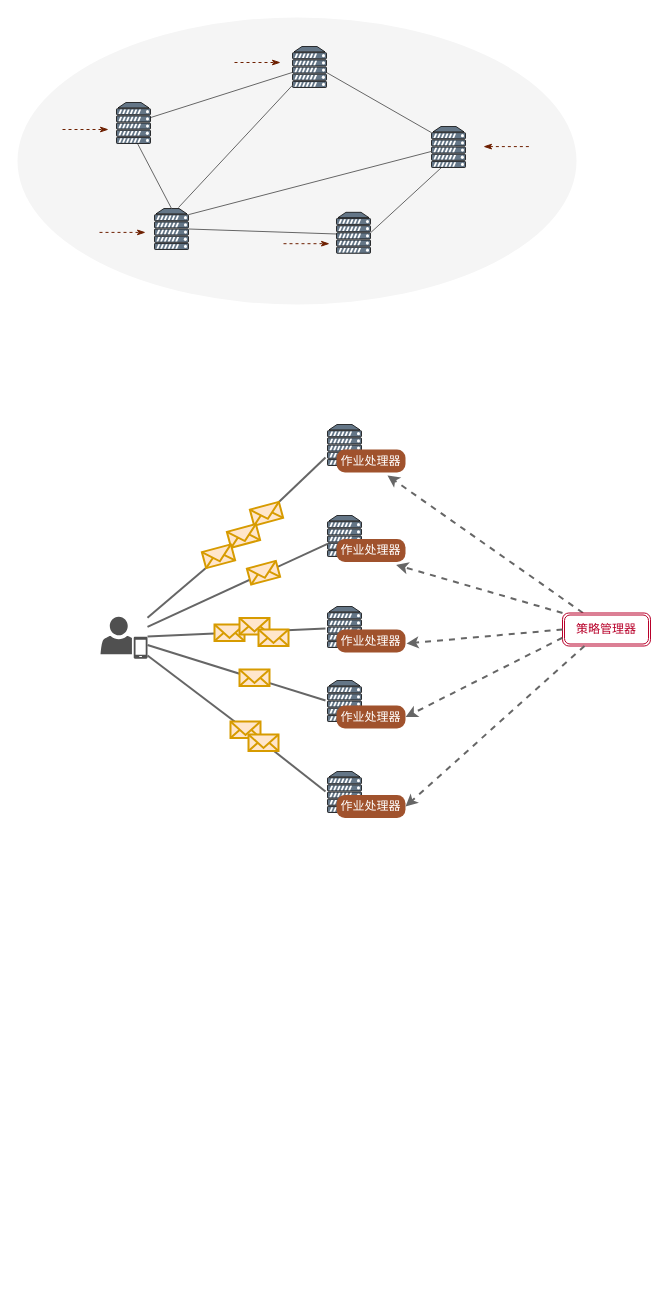
zhangluting123/drawio keeps this draw.io diagram as page "去中心化" (1 of 8) of DRL.drawio. Above is the earlier version. Source tidied: cells renumbered, new cells numbered last; positions are measured from the earlier drawing's top-left corner, leaving out a move shared by most shapes. Both pictures are drawn from the tidied source at 100%, with x=0, y=0 at pixel (17, 17).
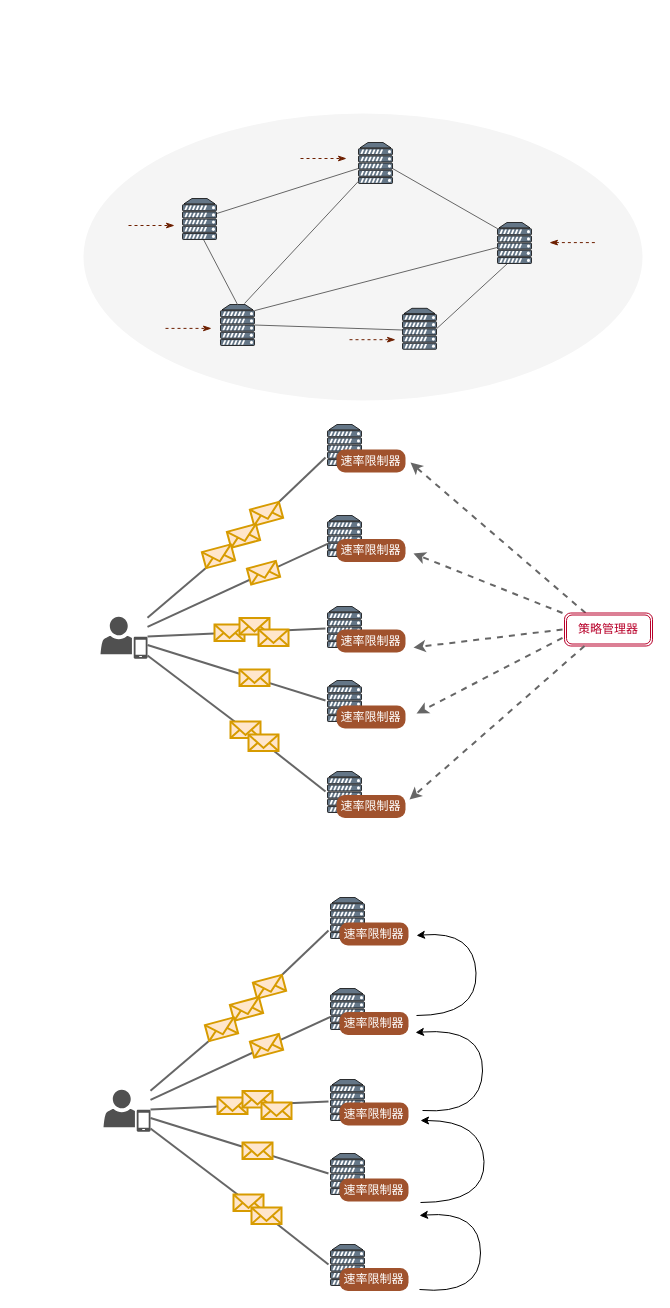
After the change.

The edit, as a diff of the source:
```diff
@@
-    <mxCell id="2" style="endArrow=classic;html=1;rounded=0;dashed=1;strokeWidth=2;strokeColor=#666666;" parent="1" edge="1" source="30">
+    <mxCell id="2" style="endArrow=classic;html=1;rounded=0;dashed=1;strokeWidth=2;strokeColor=#666666;" parent="1" edge="1">
       <mxGeometry relative="1" as="geometry">
-        <mxPoint x="370" y="458" as="targetPoint" />
+        <mxPoint x="568.1" y="595.5" as="sourcePoint" />
+        <mxPoint x="393" y="445" as="targetPoint" />
       </mxGeometry>
     </mxCell>
     <mxCell id="3" style="ellipse;whiteSpace=wrap;html=1;fillColor=#f5f5f5;fontColor=#333333;strokeColor=none;" parent="1" vertex="1">
-      <mxGeometry width="559" height="287" as="geometry" />
+      <mxGeometry x="66" y="96" width="559" height="287" as="geometry" />
     </mxCell>
     <mxCell id="4" style="verticalAlign=top;verticalLabelPosition=bottom;labelPosition=center;align=center;html=1;outlineConnect=0;fillColor=#647687;strokeColor=default;gradientDirection=north;strokeWidth=1;shape=mxgraph.networks.server;fontColor=#ffffff;" parent="1" vertex="1">
-      <mxGeometry x="137" y="191" width="34" height="41" as="geometry" />
+      <mxGeometry x="203" y="287" width="34" height="41" as="geometry" />
     </mxCell>
@@
     <mxCell id="6" style="endArrow=none;startArrow=none;html=1;rounded=0;strokeColor=#666666;entryX=0.5;entryY=1;entryDx=0;entryDy=0;entryPerimeter=0;exitX=0.5;exitY=0;exitDx=0;exitDy=0;exitPerimeter=0;fillColor=#f5f5f5;gradientColor=#b3b3b3;startFill=0;endFill=0;" parent="1" edge="1" source="4">
       <mxGeometry relative="1" as="geometry">
-        <mxPoint x="120" y="126" as="targetPoint" />
+        <mxPoint x="186" y="222" as="targetPoint" />
       </mxGeometry>
     </mxCell>
     <mxCell id="7" style="endArrow=none;startArrow=none;html=1;rounded=0;strokeColor=#666666;entryX=0;entryY=0.5;entryDx=0;entryDy=0;entryPerimeter=0;exitX=1;exitY=0.5;exitDx=0;exitDy=0;exitPerimeter=0;fillColor=#f5f5f5;gradientColor=#b3b3b3;endFill=0;startFill=0;" parent="1" edge="1" source="4">
       <mxGeometry relative="1" as="geometry">
-        <mxPoint x="319" y="216.5" as="targetPoint" />
+        <mxPoint x="385" y="312.5" as="targetPoint" />
       </mxGeometry>
     </mxCell>
     <mxCell id="8" style="endArrow=none;startArrow=none;html=1;rounded=0;strokeColor=#666666;exitX=0.5;exitY=1;exitDx=0;exitDy=0;exitPerimeter=0;fillColor=#f5f5f5;gradientColor=#b3b3b3;startFill=0;endFill=0;entryX=1;entryY=0.5;entryDx=0;entryDy=0;entryPerimeter=0;" parent="1" edge="1" target="13">
       <mxGeometry relative="1" as="geometry">
-        <mxPoint x="424" y="150" as="sourcePoint" />
+        <mxPoint x="490" y="246" as="sourcePoint" />
       </mxGeometry>
     </mxCell>
@@
     <mxCell id="10" style="verticalAlign=top;verticalLabelPosition=bottom;labelPosition=center;align=center;html=1;outlineConnect=0;fillColor=#647687;strokeColor=default;gradientDirection=north;strokeWidth=1;shape=mxgraph.networks.server;fontColor=#ffffff;" parent="1" vertex="1">
-      <mxGeometry x="99" y="85" width="34" height="41" as="geometry" />
+      <mxGeometry x="165" y="181" width="34" height="41" as="geometry" />
     </mxCell>
     <mxCell id="11" style="verticalAlign=top;verticalLabelPosition=bottom;labelPosition=center;align=center;html=1;outlineConnect=0;fillColor=#647687;strokeColor=default;gradientDirection=north;strokeWidth=1;shape=mxgraph.networks.server;fontColor=#ffffff;" parent="1" vertex="1">
-      <mxGeometry x="275" y="29" width="34" height="41" as="geometry" />
+      <mxGeometry x="341" y="125" width="34" height="41" as="geometry" />
     </mxCell>
     <mxCell id="12" style="verticalAlign=top;verticalLabelPosition=bottom;labelPosition=center;align=center;html=1;outlineConnect=0;fillColor=#647687;strokeColor=default;gradientDirection=north;strokeWidth=1;shape=mxgraph.networks.server;fontColor=#ffffff;" parent="1" vertex="1">
-      <mxGeometry x="414" y="109" width="34" height="41" as="geometry" />
+      <mxGeometry x="480" y="205" width="34" height="41" as="geometry" />
     </mxCell>
     <mxCell id="13" style="verticalAlign=top;verticalLabelPosition=bottom;labelPosition=center;align=center;html=1;outlineConnect=0;fillColor=#647687;strokeColor=default;gradientDirection=north;strokeWidth=1;shape=mxgraph.networks.server;fontColor=#ffffff;" parent="1" vertex="1">
-      <mxGeometry x="319" y="194.8" width="34" height="41" as="geometry" />
+      <mxGeometry x="385" y="290.8" width="34" height="41" as="geometry" />
     </mxCell>
     <mxCell id="14" style="endArrow=classicThin;dashed=1;html=1;rounded=0;endFill=1;fillColor=#a0522d;strokeColor=#6D1F00;" parent="1" edge="1">
       <mxGeometry relative="1" as="geometry">
-        <mxPoint x="45" y="112" as="sourcePoint" />
-        <mxPoint x="91" y="112" as="targetPoint" />
+        <mxPoint x="111" y="208" as="sourcePoint" />
+        <mxPoint x="157" y="208" as="targetPoint" />
       </mxGeometry>
     </mxCell>
     <mxCell id="15" style="endArrow=classicThin;dashed=1;html=1;rounded=0;endFill=1;fillColor=#a0522d;strokeColor=#6D1F00;" parent="1" edge="1">
       <mxGeometry relative="1" as="geometry">
-        <mxPoint x="82" y="214.9" as="sourcePoint" />
-        <mxPoint x="128" y="214.9" as="targetPoint" />
+        <mxPoint x="148" y="310.9" as="sourcePoint" />
+        <mxPoint x="194" y="310.9" as="targetPoint" />
       </mxGeometry>
     </mxCell>
     <mxCell id="16" style="endArrow=classicThin;dashed=1;html=1;rounded=0;endFill=1;fillColor=#a0522d;strokeColor=#6D1F00;" parent="1" edge="1">
       <mxGeometry relative="1" as="geometry">
-        <mxPoint x="266" y="226.2" as="sourcePoint" />
-        <mxPoint x="312" y="226.2" as="targetPoint" />
+        <mxPoint x="332" y="322.2" as="sourcePoint" />
+        <mxPoint x="378" y="322.2" as="targetPoint" />
       </mxGeometry>
     </mxCell>
     <mxCell id="17" style="endArrow=none;dashed=1;html=1;rounded=0;endFill=0;fillColor=#a0522d;strokeColor=#6D1F00;startArrow=classicThin;startFill=1;" parent="1" edge="1">
       <mxGeometry relative="1" as="geometry">
-        <mxPoint x="466" y="129.1" as="sourcePoint" />
-        <mxPoint x="512" y="129.1" as="targetPoint" />
+        <mxPoint x="532" y="225.1" as="sourcePoint" />
+        <mxPoint x="578" y="225.1" as="targetPoint" />
       </mxGeometry>
     </mxCell>
     <mxCell id="18" style="endArrow=classicThin;dashed=1;html=1;rounded=0;endFill=1;fillColor=#a0522d;strokeColor=#6D1F00;startArrow=none;startFill=0;" parent="1" edge="1">
       <mxGeometry relative="1" as="geometry">
-        <mxPoint x="217" y="45" as="sourcePoint" />
-        <mxPoint x="263" y="45" as="targetPoint" />
+        <mxPoint x="283" y="141" as="sourcePoint" />
+        <mxPoint x="329" y="141" as="targetPoint" />
       </mxGeometry>
     </mxCell>
     <mxCell id="19" style="endArrow=none;html=1;rounded=0;strokeColor=#666666;" parent="1" edge="1" target="11">
       <mxGeometry relative="1" as="geometry">
-        <mxPoint x="161" y="190" as="sourcePoint" />
+        <mxPoint x="227" y="286" as="sourcePoint" />
       </mxGeometry>
     </mxCell>
@@
-    <mxCell id="27" value="作业处理器" style="rounded=1;whiteSpace=wrap;html=1;fillColor=#a0522d;strokeColor=none;arcSize=37;fontColor=#ffffff;" parent="1" vertex="1">
+    <mxCell id="27" value="速率限制器" style="rounded=1;whiteSpace=wrap;html=1;fillColor=#a0522d;strokeColor=none;arcSize=37;fontColor=#ffffff;" parent="1" vertex="1">
       <mxGeometry x="319" y="521.5" width="69" height="23" as="geometry" />
     </mxCell>
-    <mxCell id="28" value="作业处理器" style="rounded=1;whiteSpace=wrap;html=1;fillColor=#a0522d;strokeColor=none;arcSize=37;fontColor=#ffffff;" parent="1" vertex="1">
+    <mxCell id="28" value="速率限制器" style="rounded=1;whiteSpace=wrap;html=1;fillColor=#a0522d;strokeColor=none;arcSize=37;fontColor=#ffffff;" parent="1" vertex="1">
       <mxGeometry x="319" y="612" width="69" height="23" as="geometry" />
     </mxCell>
-    <mxCell id="29" value="作业处理器" style="rounded=1;whiteSpace=wrap;html=1;fillColor=#a0522d;strokeColor=none;arcSize=37;fontColor=#ffffff;" parent="1" vertex="1">
+    <mxCell id="29" value="速率限制器" style="rounded=1;whiteSpace=wrap;html=1;fillColor=#a0522d;strokeColor=none;arcSize=37;fontColor=#ffffff;" parent="1" vertex="1">
       <mxGeometry x="319" y="432" width="69" height="23" as="geometry" />
     </mxCell>
     <mxCell id="30" value="&lt;font color=&quot;#b8002a&quot;&gt;策略管理器&lt;/font&gt;" style="shape=ext;double=1;rounded=1;whiteSpace=wrap;html=1;fillColor=#FFFFFF;strokeColor=#B8002A;fontColor=#ffffff;arcSize=19;fontStyle=0;" parent="1" vertex="1">
-      <mxGeometry x="545" y="595.5" width="88" height="33" as="geometry" />
+      <mxGeometry x="547" y="595.5" width="88" height="33" as="geometry" />
     </mxCell>
-    <mxCell id="31" style="endArrow=classic;html=1;rounded=0;exitX=0;exitY=0;exitDx=0;exitDy=0;dashed=1;strokeWidth=2;strokeColor=#666666;entryX=0.865;entryY=1.126;entryDx=0;entryDy=0;entryPerimeter=0;" parent="1" edge="1" source="30" target="27">
-      <mxGeometry relative="1" as="geometry" />
+    <mxCell id="31" style="endArrow=classic;html=1;rounded=0;exitX=0;exitY=0;exitDx=0;exitDy=0;dashed=1;strokeWidth=2;strokeColor=#666666;" parent="1" edge="1">
+      <mxGeometry relative="1" as="geometry">
+        <mxPoint x="545" y="595.5" as="sourcePoint" />
+        <mxPoint x="396" y="536" as="targetPoint" />
+      </mxGeometry>
     </mxCell>
-    <mxCell id="32" style="endArrow=classic;html=1;rounded=0;dashed=1;strokeWidth=2;strokeColor=#666666;exitX=0;exitY=0.5;exitDx=0;exitDy=0;" parent="1" edge="1" source="30">
+    <mxCell id="32" style="endArrow=classic;html=1;rounded=0;dashed=1;strokeWidth=2;strokeColor=#666666;exitX=0;exitY=0.5;exitDx=0;exitDy=0;" parent="1" edge="1">
       <mxGeometry relative="1" as="geometry">
-        <mxPoint x="389" y="626" as="targetPoint" />
+        <mxPoint x="545" y="612" as="sourcePoint" />
+        <mxPoint x="396" y="630" as="targetPoint" />
       </mxGeometry>
     </mxCell>
@@
-    <mxCell id="35" value="作业处理器" style="rounded=1;whiteSpace=wrap;html=1;fillColor=#a0522d;strokeColor=none;arcSize=37;fontColor=#ffffff;" parent="1" vertex="1">
+    <mxCell id="35" value="速率限制器" style="rounded=1;whiteSpace=wrap;html=1;fillColor=#a0522d;strokeColor=none;arcSize=37;fontColor=#ffffff;" parent="1" vertex="1">
       <mxGeometry x="319" y="777.5" width="69" height="23" as="geometry" />
     </mxCell>
-    <mxCell id="36" value="作业处理器" style="rounded=1;whiteSpace=wrap;html=1;fillColor=#a0522d;strokeColor=none;arcSize=37;fontColor=#ffffff;" parent="1" vertex="1">
+    <mxCell id="36" value="速率限制器" style="rounded=1;whiteSpace=wrap;html=1;fillColor=#a0522d;strokeColor=none;arcSize=37;fontColor=#ffffff;" parent="1" vertex="1">
       <mxGeometry x="319" y="688" width="69" height="23" as="geometry" />
     </mxCell>
@@
-    <mxCell id="40" style="endArrow=classic;html=1;rounded=0;dashed=1;strokeWidth=2;strokeColor=#666666;entryX=1;entryY=0.5;entryDx=0;entryDy=0;exitX=0;exitY=0.75;exitDx=0;exitDy=0;" parent="1" edge="1" source="30" target="36">
-      <mxGeometry relative="1" as="geometry" />
+    <mxCell id="40" style="endArrow=classic;html=1;rounded=0;dashed=1;strokeWidth=2;strokeColor=#666666;exitX=0;exitY=0.75;exitDx=0;exitDy=0;" parent="1" edge="1">
+      <mxGeometry relative="1" as="geometry">
+        <mxPoint x="545" y="620.3" as="sourcePoint" />
+        <mxPoint x="399" y="696" as="targetPoint" />
+      </mxGeometry>
     </mxCell>
-    <mxCell id="41" style="endArrow=classic;html=1;rounded=0;dashed=1;strokeWidth=2;strokeColor=#666666;entryX=1;entryY=0.5;entryDx=0;entryDy=0;exitX=0.25;exitY=1;exitDx=0;exitDy=0;" parent="1" edge="1" source="30" target="35">
-      <mxGeometry relative="1" as="geometry" />
+    <mxCell id="41" style="endArrow=classic;html=1;rounded=0;dashed=1;strokeWidth=2;strokeColor=#666666;exitX=0.25;exitY=1;exitDx=0;exitDy=0;" parent="1" edge="1">
+      <mxGeometry relative="1" as="geometry">
+        <mxPoint x="567" y="628.5" as="sourcePoint" />
+        <mxPoint x="392" y="782" as="targetPoint" />
+      </mxGeometry>
     </mxCell>
@@
+    <mxCell id="58" style="verticalAlign=top;verticalLabelPosition=bottom;labelPosition=center;align=center;html=1;fillColor=#647687;strokeColor=default;gradientDirection=north;strokeWidth=1;shape=mxgraph.networks.server;fontColor=#ffffff;" parent="1" vertex="1">
+      <mxGeometry x="313" y="880" width="34" height="41" as="geometry" />
+    </mxCell>
+    <mxCell id="59" style="verticalAlign=top;verticalLabelPosition=bottom;labelPosition=center;align=center;html=1;outlineConnect=0;fillColor=#647687;strokeColor=default;gradientDirection=north;strokeWidth=1;shape=mxgraph.networks.server;fontColor=#ffffff;" parent="1" vertex="1">
+      <mxGeometry x="313" y="971" width="34" height="41" as="geometry" />
+    </mxCell>
+    <mxCell id="60" style="verticalAlign=top;verticalLabelPosition=bottom;labelPosition=center;align=center;html=1;fillColor=#647687;strokeColor=default;gradientDirection=north;strokeWidth=1;shape=mxgraph.networks.server;fontColor=#ffffff;" parent="1" vertex="1">
+      <mxGeometry x="313" y="1062" width="34" height="41" as="geometry" />
+    </mxCell>
+    <mxCell id="61" style="sketch=0;shadow=0;dashed=0;html=1;strokeColor=none;fillColor=#505050;labelPosition=center;verticalLabelPosition=bottom;verticalAlign=top;outlineConnect=0;align=center;shape=mxgraph.office.users.mobile_user;" parent="1" vertex="1">
+      <mxGeometry x="86" y="1072.2" width="47" height="42" as="geometry" />
+    </mxCell>
+    <mxCell id="62" style="endArrow=none;startArrow=none;html=1;rounded=0;fillColor=#f5f5f5;gradientColor=#b3b3b3;strokeColor=#666666;endFill=0;startFill=0;endSize=7;strokeWidth=2;" parent="1" edge="1" source="61" target="59">
+      <mxGeometry relative="1" as="geometry" />
+    </mxCell>
+    <mxCell id="63" style="endArrow=none;startArrow=none;html=1;rounded=0;fillColor=#f5f5f5;gradientColor=#b3b3b3;strokeColor=#666666;endFill=0;startFill=0;endSize=7;strokeWidth=2;" parent="1" edge="1" source="80">
+      <mxGeometry relative="1" as="geometry">
+        <mxPoint x="311" y="1084" as="targetPoint" />
+      </mxGeometry>
+    </mxCell>
+    <mxCell id="64" value="速率限制器" style="rounded=1;whiteSpace=wrap;html=1;fillColor=#a0522d;strokeColor=none;arcSize=37;fontColor=#ffffff;" parent="1" vertex="1">
+      <mxGeometry x="322" y="994.5" width="69" height="23" as="geometry" />
+    </mxCell>
+    <mxCell id="65" value="速率限制器" style="rounded=1;whiteSpace=wrap;html=1;fillColor=#a0522d;strokeColor=none;arcSize=37;fontColor=#ffffff;" parent="1" vertex="1">
+      <mxGeometry x="322" y="1085" width="69" height="23" as="geometry" />
+    </mxCell>
+    <mxCell id="66" value="速率限制器" style="rounded=1;whiteSpace=wrap;html=1;fillColor=#a0522d;strokeColor=none;arcSize=37;fontColor=#ffffff;" parent="1" vertex="1">
+      <mxGeometry x="322" y="905" width="69" height="23" as="geometry" />
+    </mxCell>
+    <mxCell id="67" style="verticalAlign=top;verticalLabelPosition=bottom;labelPosition=center;align=center;html=1;fillColor=#647687;strokeColor=default;gradientDirection=north;strokeWidth=1;shape=mxgraph.networks.server;fontColor=#ffffff;" parent="1" vertex="1">
+      <mxGeometry x="313" y="1136" width="34" height="41" as="geometry" />
+    </mxCell>
+    <mxCell id="68" style="verticalAlign=top;verticalLabelPosition=bottom;labelPosition=center;align=center;html=1;fillColor=#647687;strokeColor=default;gradientDirection=north;strokeWidth=1;shape=mxgraph.networks.server;fontColor=#ffffff;" parent="1" vertex="1">
+      <mxGeometry x="313" y="1227" width="34" height="41" as="geometry" />
+    </mxCell>
+    <mxCell id="69" value="速率限制器" style="rounded=1;whiteSpace=wrap;html=1;fillColor=#a0522d;strokeColor=none;arcSize=37;fontColor=#ffffff;" parent="1" vertex="1">
+      <mxGeometry x="322" y="1250.5" width="69" height="23" as="geometry" />
+    </mxCell>
+    <mxCell id="70" value="速率限制器" style="rounded=1;whiteSpace=wrap;html=1;fillColor=#a0522d;strokeColor=none;arcSize=37;fontColor=#ffffff;" parent="1" vertex="1">
+      <mxGeometry x="322" y="1161" width="69" height="23" as="geometry" />
+    </mxCell>
+    <mxCell id="71" style="endArrow=none;startArrow=none;html=1;rounded=0;fillColor=#f5f5f5;gradientColor=#b3b3b3;strokeColor=#666666;endFill=0;startFill=0;endSize=7;strokeWidth=2;" parent="1" edge="1">
+      <mxGeometry relative="1" as="geometry">
+        <mxPoint x="229.3" y="1251.7" as="sourcePoint" />
+        <mxPoint x="230.1" y="1251.5" as="targetPoint" />
+      </mxGeometry>
+    </mxCell>
+    <mxCell id="72" style="endArrow=none;startArrow=none;html=1;rounded=0;fillColor=#f5f5f5;gradientColor=#b3b3b3;strokeColor=#666666;endFill=0;startFill=0;endSize=7;strokeWidth=2;" parent="1" edge="1" source="61">
+      <mxGeometry relative="1" as="geometry">
+        <mxPoint x="311" y="1156" as="targetPoint" />
+      </mxGeometry>
+    </mxCell>
+    <mxCell id="73" style="endArrow=none;startArrow=none;html=1;rounded=0;fillColor=#f5f5f5;gradientColor=#b3b3b3;strokeColor=#666666;endFill=0;startFill=0;endSize=7;strokeWidth=2;" parent="1" edge="1" source="77">
+      <mxGeometry relative="1" as="geometry">
+        <mxPoint x="311" y="1247" as="targetPoint" />
+      </mxGeometry>
+    </mxCell>
+    <mxCell id="74" style="endArrow=none;startArrow=none;html=1;rounded=0;fillColor=#f5f5f5;gradientColor=#b3b3b3;strokeColor=#666666;endFill=0;startFill=0;endSize=7;strokeWidth=2;" parent="1" edge="1" source="61" target="75">
+      <mxGeometry relative="1" as="geometry" />
+    </mxCell>
+    <mxCell id="75" style="html=1;verticalLabelPosition=bottom;align=center;labelBackgroundColor=#ffffff;verticalAlign=top;strokeWidth=2;strokeColor=#d79b00;shadow=0;dashed=0;shape=mxgraph.ios7.icons.mail;fillColor=#ffe6cc;rotation=0;" parent="1" vertex="1">
+      <mxGeometry x="216" y="1177" width="30" height="16.5" as="geometry" />
+    </mxCell>
+    <mxCell id="76" style="endArrow=none;startArrow=none;html=1;rounded=0;fillColor=#f5f5f5;gradientColor=#b3b3b3;strokeColor=#666666;endFill=0;startFill=0;endSize=7;strokeWidth=2;" parent="1" edge="1" source="75" target="77">
+      <mxGeometry relative="1" as="geometry" />
+    </mxCell>
+    <mxCell id="77" style="html=1;verticalLabelPosition=bottom;align=center;labelBackgroundColor=#ffffff;verticalAlign=top;strokeWidth=2;strokeColor=#d79b00;shadow=0;dashed=0;shape=mxgraph.ios7.icons.mail;fillColor=#ffe6cc;rotation=0;" parent="1" vertex="1">
+      <mxGeometry x="234" y="1190" width="30" height="16.5" as="geometry" />
+    </mxCell>
+    <mxCell id="78" style="html=1;verticalLabelPosition=bottom;align=center;labelBackgroundColor=#ffffff;verticalAlign=top;strokeWidth=2;strokeColor=#d79b00;shadow=0;dashed=0;shape=mxgraph.ios7.icons.mail;fillColor=#ffe6cc;rotation=0;" parent="1" vertex="1">
+      <mxGeometry x="225" y="1125" width="30" height="16.5" as="geometry" />
+    </mxCell>
+    <mxCell id="79" style="endArrow=none;startArrow=none;html=1;rounded=0;fillColor=#f5f5f5;gradientColor=#b3b3b3;strokeColor=#666666;endFill=0;startFill=0;endSize=7;strokeWidth=2;" parent="1" edge="1" source="61" target="80">
+      <mxGeometry relative="1" as="geometry" />
+    </mxCell>
+    <mxCell id="80" style="html=1;verticalLabelPosition=bottom;align=center;labelBackgroundColor=#ffffff;verticalAlign=top;strokeWidth=2;strokeColor=#d79b00;shadow=0;dashed=0;shape=mxgraph.ios7.icons.mail;fillColor=#ffe6cc;rotation=0;" parent="1" vertex="1">
+      <mxGeometry x="200" y="1080" width="30" height="16.5" as="geometry" />
+    </mxCell>
+    <mxCell id="81" style="html=1;verticalLabelPosition=bottom;align=center;labelBackgroundColor=#ffffff;verticalAlign=top;strokeWidth=2;strokeColor=#d79b00;shadow=0;dashed=0;shape=mxgraph.ios7.icons.mail;fillColor=#ffe6cc;rotation=0;" parent="1" vertex="1">
+      <mxGeometry x="225" y="1073.5" width="30" height="16.5" as="geometry" />
+    </mxCell>
+    <mxCell id="82" style="html=1;verticalLabelPosition=bottom;align=center;labelBackgroundColor=#ffffff;verticalAlign=top;strokeWidth=2;strokeColor=#d79b00;shadow=0;dashed=0;shape=mxgraph.ios7.icons.mail;fillColor=#ffe6cc;rotation=0;" parent="1" vertex="1">
+      <mxGeometry x="244" y="1085" width="30" height="16.5" as="geometry" />
+    </mxCell>
+    <mxCell id="83" style="endArrow=none;startArrow=none;html=1;rounded=0;fillColor=#f5f5f5;gradientColor=#b3b3b3;strokeColor=#666666;endFill=0;startFill=0;strokeWidth=2;" parent="1" edge="1" source="85">
+      <mxGeometry relative="1" as="geometry">
+        <mxPoint x="311" y="913" as="targetPoint" />
+      </mxGeometry>
+    </mxCell>
+    <mxCell id="84" style="endArrow=none;startArrow=none;html=1;rounded=0;fillColor=#f5f5f5;gradientColor=#b3b3b3;strokeColor=#666666;endFill=0;startFill=0;strokeWidth=2;" parent="1" edge="1" source="87" target="85">
+      <mxGeometry relative="1" as="geometry" />
+    </mxCell>
+    <mxCell id="85" style="html=1;verticalLabelPosition=bottom;align=center;labelBackgroundColor=#ffffff;verticalAlign=top;strokeWidth=2;strokeColor=#d79b00;shadow=0;dashed=0;shape=mxgraph.ios7.icons.mail;fillColor=#ffe6cc;rotation=-15;" parent="1" vertex="1">
+      <mxGeometry x="237" y="961" width="30" height="16.5" as="geometry" />
+    </mxCell>
+    <mxCell id="86" style="endArrow=none;startArrow=none;html=1;rounded=0;fillColor=#f5f5f5;gradientColor=#b3b3b3;strokeColor=#666666;endFill=0;startFill=0;strokeWidth=2;" parent="1" edge="1" source="61" target="87">
+      <mxGeometry relative="1" as="geometry" />
+    </mxCell>
+    <mxCell id="87" style="html=1;verticalLabelPosition=bottom;align=center;labelBackgroundColor=#ffffff;verticalAlign=top;strokeWidth=2;strokeColor=#d79b00;shadow=0;dashed=0;shape=mxgraph.ios7.icons.mail;fillColor=#ffe6cc;rotation=-15;" parent="1" vertex="1">
+      <mxGeometry x="214" y="983.2" width="30" height="16.5" as="geometry" />
+    </mxCell>
+    <mxCell id="88" style="html=1;verticalLabelPosition=bottom;align=center;labelBackgroundColor=#ffffff;verticalAlign=top;strokeWidth=2;strokeColor=#d79b00;shadow=0;dashed=0;shape=mxgraph.ios7.icons.mail;fillColor=#ffe6cc;rotation=-15;" parent="1" vertex="1">
+      <mxGeometry x="234" y="1020" width="30" height="16.5" as="geometry" />
+    </mxCell>
+    <mxCell id="89" style="html=1;verticalLabelPosition=bottom;align=center;labelBackgroundColor=#ffffff;verticalAlign=top;strokeWidth=2;strokeColor=#d79b00;shadow=0;dashed=0;shape=mxgraph.ios7.icons.mail;fillColor=#ffe6cc;rotation=-15;" parent="1" vertex="1">
+      <mxGeometry x="189" y="1003.5" width="30" height="16.5" as="geometry" />
+    </mxCell>
+    <mxCell id="90" style="curved=1;endArrow=classic;html=1;rounded=0;endFill=1;" parent="1" edge="1">
+      <mxGeometry relative="1" as="geometry">
+        <mxPoint x="399" y="998" as="sourcePoint" />
+        <mxPoint x="399" y="918" as="targetPoint" />
+        <Array as="points">
+          <mxPoint x="460" y="998" />
+          <mxPoint x="457" y="913" />
+        </Array>
+      </mxGeometry>
+    </mxCell>
+    <mxCell id="91" style="curved=1;endArrow=classic;html=1;rounded=0;" parent="1" edge="1">
+      <mxGeometry relative="1" as="geometry">
+        <mxPoint x="405" y="1093" as="sourcePoint" />
+        <mxPoint x="398" y="1015" as="targetPoint" />
+        <Array as="points">
+          <mxPoint x="464" y="1097" />
+          <mxPoint x="466" y="1010" />
+        </Array>
+      </mxGeometry>
+    </mxCell>
+    <mxCell id="92" style="curved=1;endArrow=classic;html=1;rounded=0;" parent="1" edge="1">
+      <mxGeometry relative="1" as="geometry">
+        <mxPoint x="403" y="1185" as="sourcePoint" />
+        <mxPoint x="403" y="1103" as="targetPoint" />
+        <Array as="points">
+          <mxPoint x="468" y="1185" />
+          <mxPoint x="465" y="1103" />
+        </Array>
+      </mxGeometry>
+    </mxCell>
+    <mxCell id="93" style="curved=1;endArrow=classic;html=1;rounded=0;" parent="1" edge="1">
+      <mxGeometry relative="1" as="geometry">
+        <mxPoint x="402" y="1272" as="sourcePoint" />
+        <mxPoint x="402" y="1198" as="targetPoint" />
+        <Array as="points">
+          <mxPoint x="463" y="1278" />
+          <mxPoint x="463" y="1193" />
+        </Array>
+      </mxGeometry>
+    </mxCell>
```
